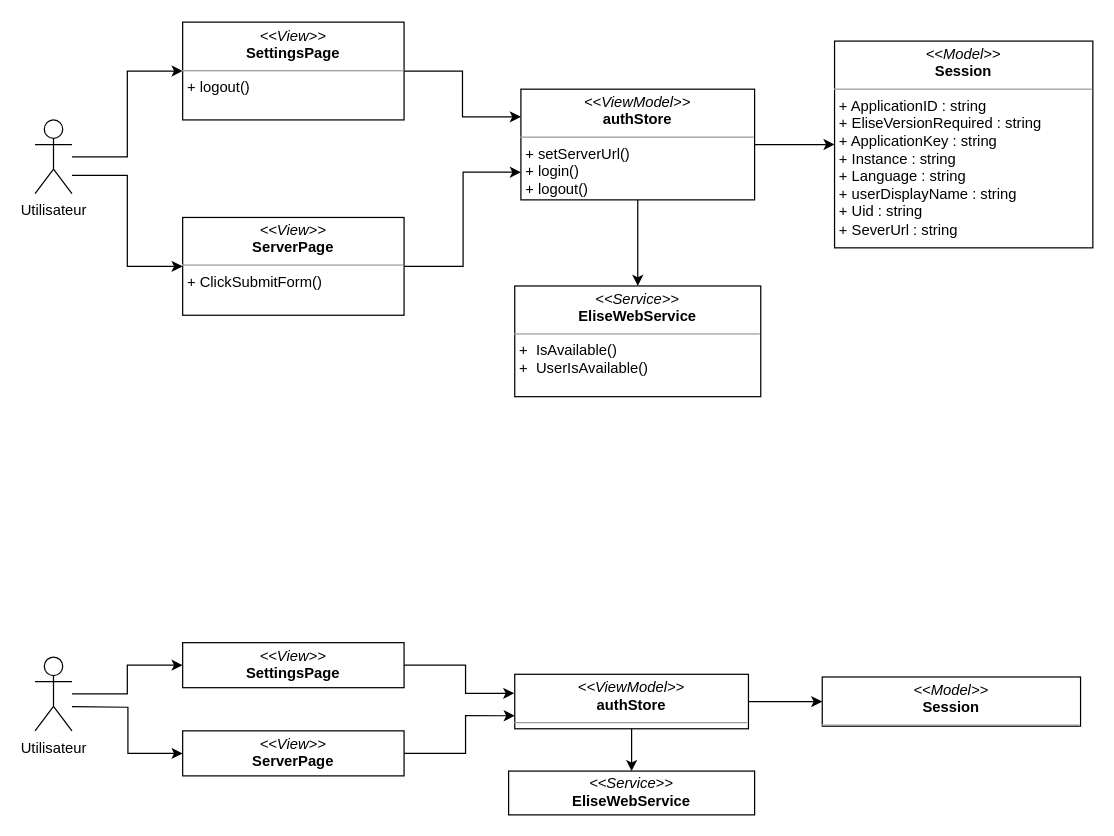
The draw.io diagram dccAuth.drawio in PFE-Neoledge-2023/rapport, before the edit. Source tidied: cells renumbered, new cells numbered last; positions are measured from the earlier drawing's top-left corner, leaving out a move shared by most shapes. Both pictures are drawn from the tidied source at 123%, with x=0, y=0 at pixel (34, 22).
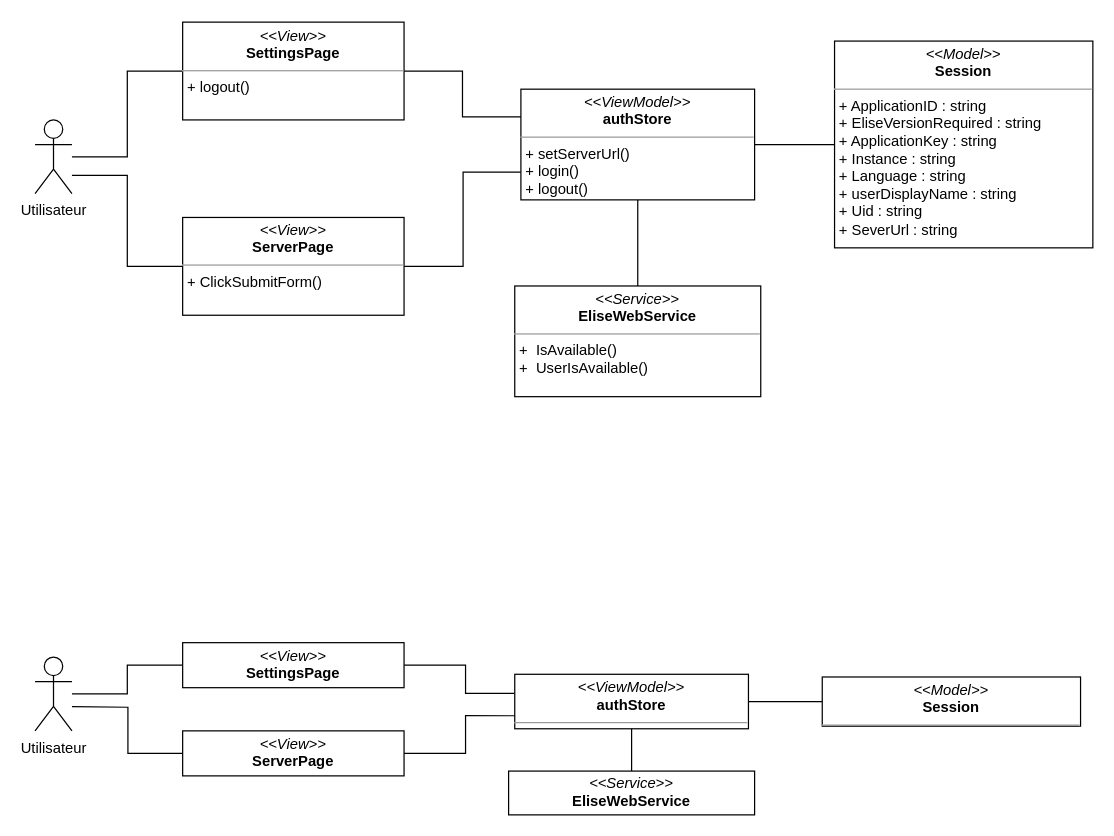
The same diagram, later.

The change refers to these unchanged cells:
```xml
<mxCell id="4" value="Utilisateur" style="shape=umlActor;verticalLabelPosition=bottom;verticalAlign=top;html=1;outlineConnect=0;" parent="1" vertex="1">
  <mxGeometry y="79" width="30" height="60" as="geometry" />
</mxCell>
<mxCell id="6" value="&lt;p style=&quot;margin:0px;margin-top:4px;text-align:center;&quot;&gt;&lt;i&gt;&amp;lt;&amp;lt;View&amp;gt;&amp;gt;&lt;/i&gt;&lt;br&gt;&lt;b&gt;ServerPage&lt;/b&gt;&lt;/p&gt;&lt;hr style=&quot;border-color: var(--border-color);&quot; size=&quot;1&quot;&gt;&lt;p style=&quot;border-color: var(--border-color); margin: 0px 0px 0px 4px;&quot;&gt;+ ClickSubmitForm()&lt;br&gt;&lt;/p&gt;&lt;p style=&quot;border-color: var(--border-color); margin: 0px 0px 0px 4px;&quot;&gt;&lt;br&gt;&lt;/p&gt;" style="verticalAlign=top;align=left;overflow=fill;fontSize=12;fontFamily=Helvetica;html=1;whiteSpace=wrap;" parent="1" vertex="1">
  <mxGeometry x="120" y="158.3" width="180" height="79.5" as="geometry" />
</mxCell>
<mxCell id="8" value="&lt;p style=&quot;margin:0px;margin-top:4px;text-align:center;&quot;&gt;&lt;i&gt;&amp;lt;&amp;lt;ViewModel&amp;gt;&amp;gt;&lt;/i&gt;&lt;br&gt;&lt;b&gt;authStore&lt;/b&gt;&lt;/p&gt;&lt;hr size=&quot;1&quot;&gt;&lt;p style=&quot;margin:0px;margin-left:4px;&quot;&gt;&lt;/p&gt;&lt;p style=&quot;margin:0px;margin-left:4px;&quot;&gt;+ setServerUrl()&lt;/p&gt;&lt;p style=&quot;margin:0px;margin-left:4px;&quot;&gt;+ login()&lt;/p&gt;&lt;p style=&quot;margin:0px;margin-left:4px;&quot;&gt;+ logout()&lt;/p&gt;" style="verticalAlign=top;align=left;overflow=fill;fontSize=12;fontFamily=Helvetica;html=1;whiteSpace=wrap;" parent="1" vertex="1">
  <mxGeometry x="395" y="54" width="190" height="90" as="geometry" />
</mxCell>
<mxCell id="9" value="&lt;p style=&quot;margin:0px;margin-top:4px;text-align:center;&quot;&gt;&lt;i&gt;&amp;lt;&amp;lt;Model&amp;gt;&amp;gt;&lt;/i&gt;&lt;br&gt;&lt;b&gt;Session&lt;/b&gt;&lt;/p&gt;&lt;hr size=&quot;1&quot;&gt;&lt;p style=&quot;margin:0px;margin-left:4px;&quot;&gt;+ ApplicationID : string&amp;nbsp;&lt;/p&gt;&lt;p style=&quot;margin:0px;margin-left:4px;&quot;&gt;+ EliseVersionRequired : string&lt;/p&gt;&lt;p style=&quot;margin:0px;margin-left:4px;&quot;&gt;+ ApplicationKey : string&lt;/p&gt;&lt;p style=&quot;margin:0px;margin-left:4px;&quot;&gt;+ Instance : string&lt;/p&gt;&lt;p style=&quot;margin:0px;margin-left:4px;&quot;&gt;+ Language : string&lt;/p&gt;&lt;p style=&quot;margin:0px;margin-left:4px;&quot;&gt;+ userDisplayName : string&lt;/p&gt;&lt;p style=&quot;margin:0px;margin-left:4px;&quot;&gt;+ Uid : string&lt;/p&gt;&lt;p style=&quot;margin:0px;margin-left:4px;&quot;&gt;+ SeverUrl : string&amp;nbsp;&amp;nbsp;&lt;/p&gt;&lt;p style=&quot;margin:0px;margin-left:4px;&quot;&gt;&lt;br&gt;&lt;/p&gt;" style="verticalAlign=top;align=left;overflow=fill;fontSize=12;fontFamily=Helvetica;html=1;whiteSpace=wrap;" parent="1" vertex="1">
  <mxGeometry x="650" y="14.9" width="210" height="168.1" as="geometry" />
</mxCell>
<mxCell id="11" value="&lt;p style=&quot;margin:0px;margin-top:4px;text-align:center;&quot;&gt;&lt;i&gt;&amp;lt;&amp;lt;Service&amp;gt;&amp;gt;&lt;/i&gt;&lt;br&gt;&lt;b&gt;EliseWebService&lt;/b&gt;&lt;/p&gt;&lt;hr size=&quot;1&quot;&gt;&lt;p style=&quot;margin:0px;margin-left:4px;&quot;&gt;&lt;/p&gt;&lt;p style=&quot;margin:0px;margin-left:4px;&quot;&gt;+&amp;nbsp; IsAvailable()&lt;/p&gt;&lt;p style=&quot;margin:0px;margin-left:4px;&quot;&gt;+&amp;nbsp; UserIsAvailable()&lt;/p&gt;" style="verticalAlign=top;align=left;overflow=fill;fontSize=12;fontFamily=Helvetica;html=1;whiteSpace=wrap;" parent="1" vertex="1">
  <mxGeometry x="390" y="214" width="200" height="90" as="geometry" />
</mxCell>
<mxCell id="13" value="Utilisateur" style="shape=umlActor;verticalLabelPosition=bottom;verticalAlign=top;html=1;outlineConnect=0;" parent="1" vertex="1">
  <mxGeometry y="515.7" width="30" height="60" as="geometry" />
</mxCell>
<mxCell id="15" value="&lt;p style=&quot;margin:0px;margin-top:4px;text-align:center;&quot;&gt;&lt;i&gt;&amp;lt;&amp;lt;View&amp;gt;&amp;gt;&lt;/i&gt;&lt;br&gt;&lt;b&gt;SettingsPage&lt;/b&gt;&lt;/p&gt;&lt;hr style=&quot;border-color: var(--border-color);&quot; size=&quot;1&quot;&gt;&lt;p style=&quot;border-color: var(--border-color); margin: 0px 0px 0px 4px;&quot;&gt;&lt;br&gt;&lt;/p&gt;" style="verticalAlign=top;align=left;overflow=fill;fontSize=12;fontFamily=Helvetica;html=1;whiteSpace=wrap;" parent="1" vertex="1">
  <mxGeometry x="120" y="504" width="180" height="36.6" as="geometry" />
</mxCell>
<mxCell id="17" value="&lt;p style=&quot;margin:0px;margin-top:4px;text-align:center;&quot;&gt;&lt;i&gt;&amp;lt;&amp;lt;ViewModel&amp;gt;&amp;gt;&lt;/i&gt;&lt;br&gt;&lt;b&gt;authStore&lt;/b&gt;&lt;/p&gt;&lt;hr size=&quot;1&quot;&gt;&lt;p style=&quot;margin:0px;margin-left:4px;&quot;&gt;&lt;/p&gt;&lt;p style=&quot;margin:0px;margin-left:4px;&quot;&gt;&lt;br&gt;&lt;/p&gt;" style="verticalAlign=top;align=left;overflow=fill;fontSize=12;fontFamily=Helvetica;html=1;whiteSpace=wrap;" parent="1" vertex="1">
  <mxGeometry x="390" y="529.7" width="190" height="44.3" as="geometry" />
</mxCell>
<mxCell id="18" value="&lt;p style=&quot;margin:0px;margin-top:4px;text-align:center;&quot;&gt;&lt;i&gt;&amp;lt;&amp;lt;Model&amp;gt;&amp;gt;&lt;/i&gt;&lt;br&gt;&lt;b&gt;Session&lt;/b&gt;&lt;/p&gt;&lt;hr size=&quot;1&quot;&gt;&lt;p style=&quot;margin:0px;margin-left:4px;&quot;&gt;&lt;br&gt;&lt;/p&gt;" style="verticalAlign=top;align=left;overflow=fill;fontSize=12;fontFamily=Helvetica;html=1;whiteSpace=wrap;" parent="1" vertex="1">
  <mxGeometry x="640" y="531.9" width="210" height="40" as="geometry" />
</mxCell>
<mxCell id="20" value="&lt;p style=&quot;margin:0px;margin-top:4px;text-align:center;&quot;&gt;&lt;i&gt;&amp;lt;&amp;lt;Service&amp;gt;&amp;gt;&lt;/i&gt;&lt;br&gt;&lt;b&gt;EliseWebService&lt;/b&gt;&lt;/p&gt;&lt;hr size=&quot;1&quot;&gt;&lt;p style=&quot;margin:0px;margin-left:4px;&quot;&gt;&lt;/p&gt;&lt;p style=&quot;margin:0px;margin-left:4px;&quot;&gt;&lt;br&gt;&lt;/p&gt;" style="verticalAlign=top;align=left;overflow=fill;fontSize=12;fontFamily=Helvetica;html=1;whiteSpace=wrap;" parent="1" vertex="1">
  <mxGeometry x="385" y="608.4" width="200" height="35.6" as="geometry" />
</mxCell>
<mxCell id="22" value="&lt;p style=&quot;margin:0px;margin-top:4px;text-align:center;&quot;&gt;&lt;i&gt;&amp;lt;&amp;lt;View&amp;gt;&amp;gt;&lt;/i&gt;&lt;br&gt;&lt;b&gt;SettingsPage&lt;/b&gt;&lt;/p&gt;&lt;hr style=&quot;border-color: var(--border-color);&quot; size=&quot;1&quot;&gt;&lt;p style=&quot;border-color: var(--border-color); margin: 0px 0px 0px 4px;&quot;&gt;+ logout()&lt;/p&gt;" style="verticalAlign=top;align=left;overflow=fill;fontSize=12;fontFamily=Helvetica;html=1;whiteSpace=wrap;" parent="1" vertex="1">
  <mxGeometry x="120" y="-0.5" width="180" height="79.5" as="geometry" />
</mxCell>
<mxCell id="23" value="&lt;p style=&quot;margin:0px;margin-top:4px;text-align:center;&quot;&gt;&lt;i&gt;&amp;lt;&amp;lt;View&amp;gt;&amp;gt;&lt;/i&gt;&lt;br&gt;&lt;b&gt;ServerPage&lt;/b&gt;&lt;/p&gt;&lt;hr style=&quot;border-color: var(--border-color);&quot; size=&quot;1&quot;&gt;&lt;p style=&quot;border-color: var(--border-color); margin: 0px 0px 0px 4px;&quot;&gt;&lt;br&gt;&lt;/p&gt;" style="verticalAlign=top;align=left;overflow=fill;fontSize=12;fontFamily=Helvetica;html=1;whiteSpace=wrap;" parent="1" vertex="1">
  <mxGeometry x="120" y="575.7" width="180" height="36.6" as="geometry" />
</mxCell>
```

Diff of the diagram source:
```diff
@@
-    <mxCell id="2" style="edgeStyle=orthogonalEdgeStyle;rounded=0;jettySize=auto;html=1;entryX=0;entryY=0.5;entryDx=0;entryDy=0;" parent="1" edge="1" source="4" target="6">
+    <mxCell id="2" style="edgeStyle=orthogonalEdgeStyle;rounded=0;jettySize=auto;html=1;entryX=0;entryY=0.5;entryDx=0;entryDy=0;endArrow=none;endFill=0;" parent="1" edge="1" source="4" target="6">
       <mxGeometry relative="1" as="geometry">
         <Array as="points">
           <mxPoint x="75" y="124" />
           <mxPoint x="75" y="198" />
         </Array>
       </mxGeometry>
     </mxCell>
-    <mxCell id="3" style="edgeStyle=orthogonalEdgeStyle;html=1;entryX=0;entryY=0.5;entryDx=0;entryDy=0;rounded=0;" parent="1" edge="1" source="4" target="22">
+    <mxCell id="3" style="edgeStyle=orthogonalEdgeStyle;html=1;entryX=0;entryY=0.5;entryDx=0;entryDy=0;rounded=0;endArrow=none;endFill=0;" parent="1" edge="1" source="4" target="22">
       <mxGeometry relative="1" as="geometry" />
     </mxCell>
@@
-    <mxCell id="5" style="edgeStyle=orthogonalEdgeStyle;html=1;exitX=1;exitY=0.5;exitDx=0;exitDy=0;entryX=0;entryY=0.75;entryDx=0;entryDy=0;startArrow=none;startFill=0;endArrow=classic;endFill=1;rounded=0;" parent="1" edge="1" source="6" target="8">
+    <mxCell id="5" style="edgeStyle=orthogonalEdgeStyle;html=1;exitX=1;exitY=0.5;exitDx=0;exitDy=0;entryX=0;entryY=0.75;entryDx=0;entryDy=0;startArrow=none;startFill=0;endArrow=none;endFill=0;rounded=0;" parent="1" edge="1" source="6" target="8">
       <mxGeometry relative="1" as="geometry">
         <Array as="points">
           <mxPoint x="348" y="198" />
           <mxPoint x="348" y="122" />
           <mxPoint x="395" y="122" />
         </Array>
       </mxGeometry>
     </mxCell>
@@
-    <mxCell id="7" style="edgeStyle=orthogonalEdgeStyle;rounded=0;jettySize=auto;html=1;startArrow=none;startFill=0;endArrow=classic;endFill=1;" parent="1" edge="1" source="8" target="9">
+    <mxCell id="7" style="edgeStyle=orthogonalEdgeStyle;rounded=0;jettySize=auto;html=1;startArrow=none;startFill=0;endArrow=none;endFill=0;" parent="1" edge="1" source="8" target="9">
       <mxGeometry relative="1" as="geometry" />
     </mxCell>
@@
-    <mxCell id="10" style="edgeStyle=orthogonalEdgeStyle;rounded=0;jettySize=auto;html=1;entryX=0.5;entryY=1;entryDx=0;entryDy=0;startArrow=classic;startFill=1;endArrow=none;endFill=0;" parent="1" edge="1" source="11" target="8">
+    <mxCell id="10" style="edgeStyle=orthogonalEdgeStyle;rounded=0;jettySize=auto;html=1;entryX=0.5;entryY=1;entryDx=0;entryDy=0;startArrow=none;startFill=0;endArrow=none;endFill=0;" parent="1" edge="1" source="11" target="8">
       <mxGeometry relative="1" as="geometry" />
     </mxCell>
@@
-    <mxCell id="12" style="edgeStyle=orthogonalEdgeStyle;html=1;entryX=0;entryY=0.5;entryDx=0;entryDy=0;rounded=0;" parent="1" edge="1" source="13" target="15">
+    <mxCell id="12" style="edgeStyle=orthogonalEdgeStyle;html=1;entryX=0;entryY=0.5;entryDx=0;entryDy=0;rounded=0;endArrow=none;endFill=0;" parent="1" edge="1" source="13" target="15">
       <mxGeometry relative="1" as="geometry" />
     </mxCell>
@@
-    <mxCell id="14" style="edgeStyle=orthogonalEdgeStyle;html=1;exitX=1;exitY=0.5;exitDx=0;exitDy=0;entryX=-0.002;entryY=0.349;entryDx=0;entryDy=0;startArrow=none;startFill=0;endArrow=classic;endFill=1;rounded=0;entryPerimeter=0;" parent="1" edge="1" source="15" target="17">
+    <mxCell id="14" style="edgeStyle=orthogonalEdgeStyle;html=1;exitX=1;exitY=0.5;exitDx=0;exitDy=0;entryX=-0.002;entryY=0.349;entryDx=0;entryDy=0;startArrow=none;startFill=0;endArrow=none;endFill=0;rounded=0;entryPerimeter=0;" parent="1" edge="1" source="15" target="17">
       <mxGeometry relative="1" as="geometry">
         <Array as="points">
           <mxPoint x="350" y="522" />
           <mxPoint x="350" y="545" />
           <mxPoint x="390" y="545" />
         </Array>
       </mxGeometry>
     </mxCell>
@@
-    <mxCell id="16" style="edgeStyle=orthogonalEdgeStyle;rounded=0;jettySize=auto;html=1;startArrow=none;startFill=0;endArrow=classic;endFill=1;" parent="1" edge="1" source="17" target="18">
+    <mxCell id="16" style="edgeStyle=orthogonalEdgeStyle;rounded=0;jettySize=auto;html=1;startArrow=none;startFill=0;endArrow=none;endFill=0;" parent="1" edge="1" source="17" target="18">
       <mxGeometry relative="1" as="geometry" />
     </mxCell>
@@
-    <mxCell id="19" style="edgeStyle=orthogonalEdgeStyle;rounded=0;jettySize=auto;html=1;entryX=0.5;entryY=1;entryDx=0;entryDy=0;startArrow=classic;startFill=1;endArrow=none;endFill=0;" parent="1" edge="1" source="20" target="17">
+    <mxCell id="19" style="edgeStyle=orthogonalEdgeStyle;rounded=0;jettySize=auto;html=1;entryX=0.5;entryY=1;entryDx=0;entryDy=0;startArrow=none;startFill=0;endArrow=none;endFill=0;" parent="1" edge="1" source="20" target="17">
       <mxGeometry relative="1" as="geometry" />
     </mxCell>
@@
-    <mxCell id="21" style="edgeStyle=orthogonalEdgeStyle;html=1;entryX=0;entryY=0.25;entryDx=0;entryDy=0;rounded=0;" parent="1" edge="1" source="22" target="8">
+    <mxCell id="21" style="edgeStyle=orthogonalEdgeStyle;html=1;entryX=0;entryY=0.25;entryDx=0;entryDy=0;rounded=0;endArrow=none;endFill=0;" parent="1" edge="1" source="22" target="8">
       <mxGeometry relative="1" as="geometry" />
     </mxCell>
@@
-    <mxCell id="25" style="edgeStyle=orthogonalEdgeStyle;html=1;entryX=0;entryY=0.5;entryDx=0;entryDy=0;rounded=0;" parent="1" edge="1" target="23">
+    <mxCell id="25" style="edgeStyle=orthogonalEdgeStyle;html=1;entryX=0;entryY=0.5;entryDx=0;entryDy=0;rounded=0;endArrow=none;endFill=0;" parent="1" edge="1" target="23">
       <mxGeometry relative="1" as="geometry">
         <mxPoint x="30" y="556" as="sourcePoint" />
       </mxGeometry>
     </mxCell>
-    <mxCell id="26" style="edgeStyle=orthogonalEdgeStyle;html=1;exitX=1;exitY=0.5;exitDx=0;exitDy=0;entryX=0;entryY=0.761;entryDx=0;entryDy=0;startArrow=none;startFill=0;endArrow=classic;endFill=1;rounded=0;entryPerimeter=0;" parent="1" edge="1" source="23" target="17">
+    <mxCell id="26" style="edgeStyle=orthogonalEdgeStyle;html=1;exitX=1;exitY=0.5;exitDx=0;exitDy=0;entryX=0;entryY=0.761;entryDx=0;entryDy=0;startArrow=none;startFill=0;endArrow=none;endFill=0;rounded=0;entryPerimeter=0;" parent="1" edge="1" source="23" target="17">
       <mxGeometry relative="1" as="geometry">
         <Array as="points">
           <mxPoint x="350" y="594" />
           <mxPoint x="350" y="564" />
           <mxPoint x="390" y="564" />
         </Array>
       </mxGeometry>
     </mxCell>
```
